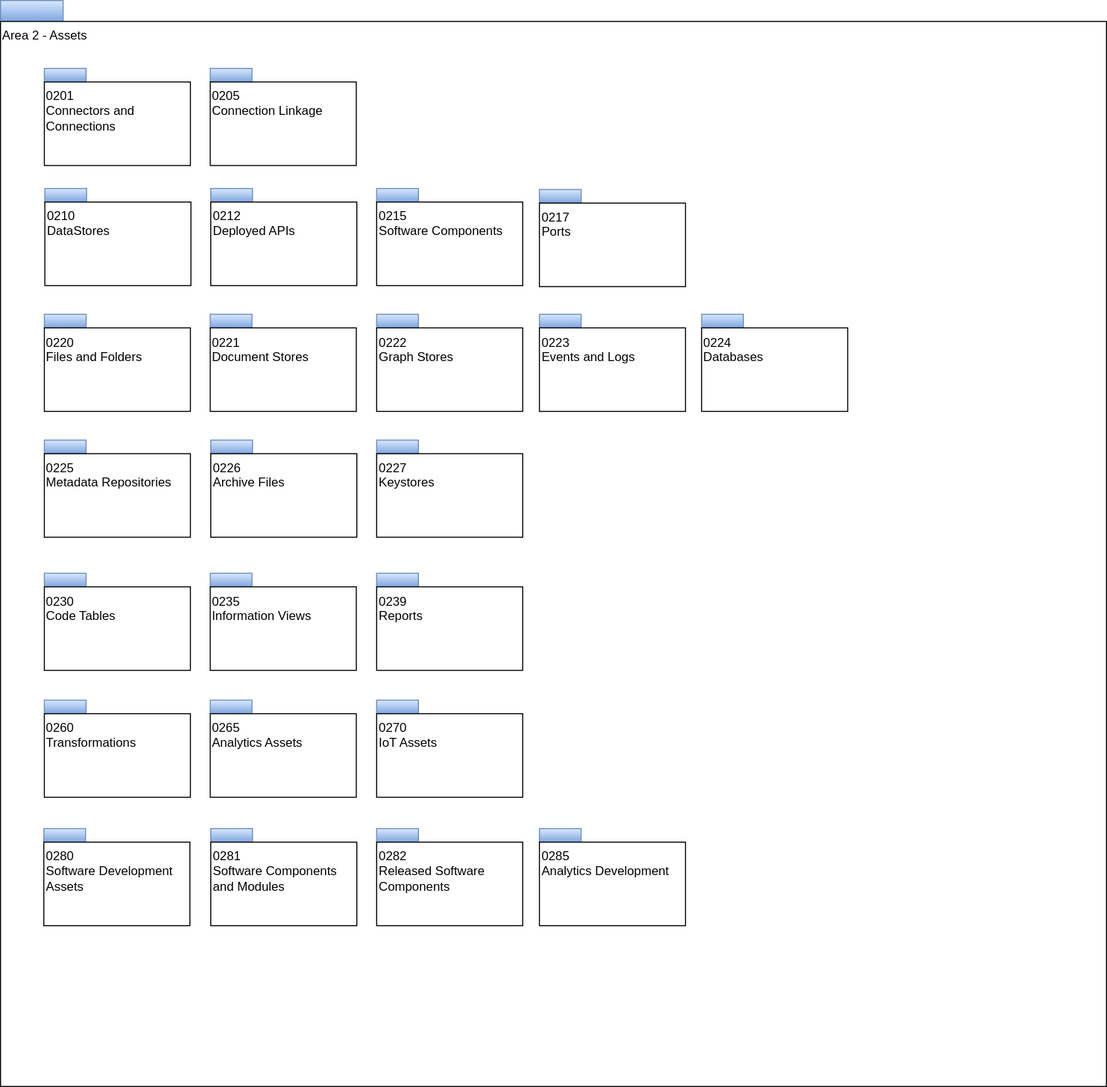
Above: site/docs/types/2/area-2-assets-overview.svg in odpi/egeria-docs (draw.io), before the change. Source tidied: cells renumbered, new cells last; positions are measured from the earlier drawing's top-left corner, leaving out a move shared by most shapes.
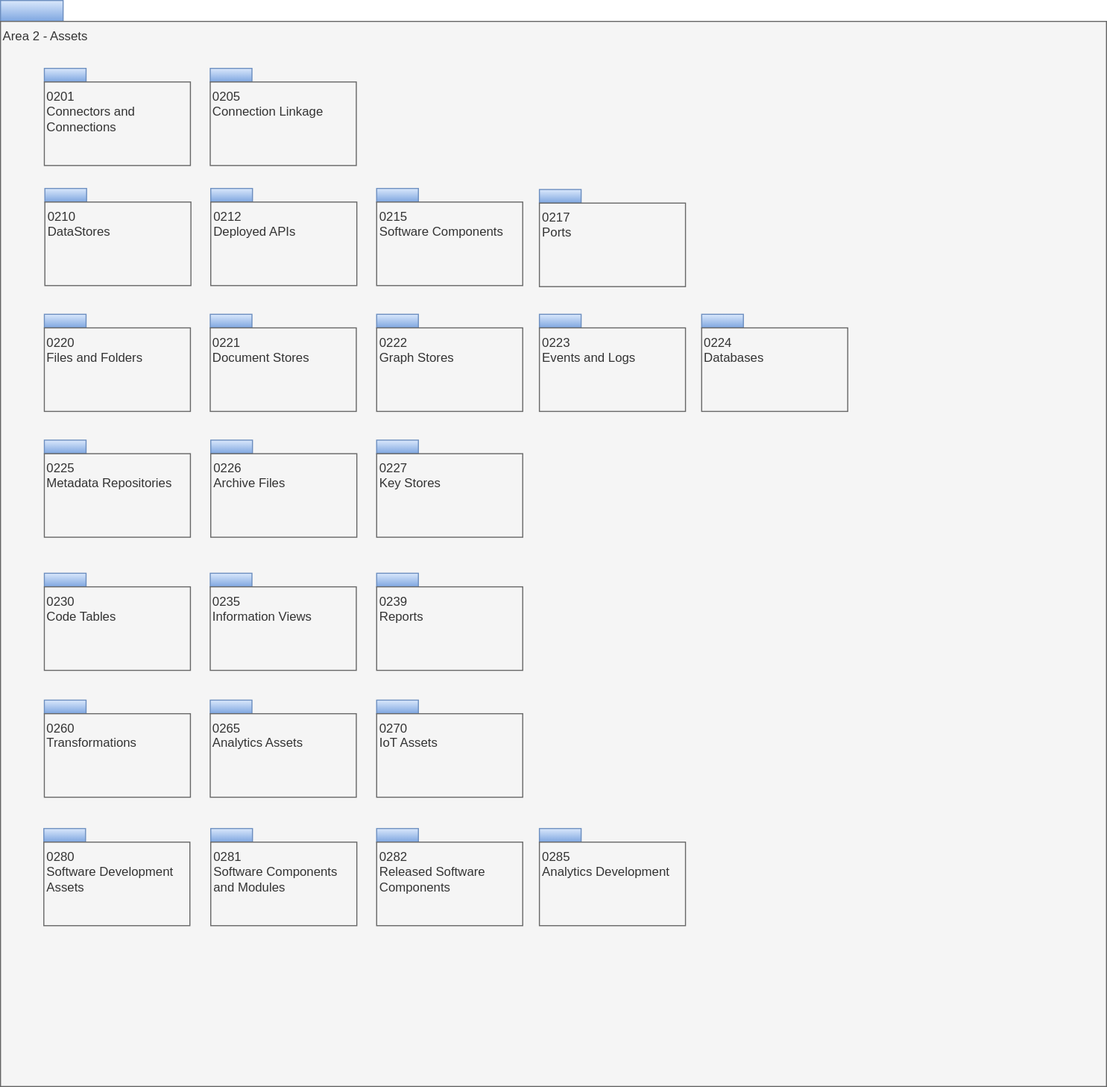
The same diagram one commit later.

What changed in the source:
```diff
@@ -5,151 +5,151 @@
     <mxCell id="2" style="rounded=0;whiteSpace=wrap;html=1;align=left;fillColor=#dae8fc;strokeColor=#6c8ebf;gradientColor=#7ea6e0;" parent="1" vertex="1">
       <mxGeometry width="60" height="20" as="geometry" />
     </mxCell>
-    <mxCell id="3" value="Area 2 - Assets" style="rounded=0;whiteSpace=wrap;html=1;align=left;verticalAlign=top;" parent="1" vertex="1">
+    <mxCell id="3" value="Area 2 - Assets" style="rounded=0;whiteSpace=wrap;html=1;align=left;verticalAlign=top;fillColor=#f5f5f5;fontColor=#333333;strokeColor=#666666;" parent="1" vertex="1">
       <mxGeometry y="20" width="1060" height="1020" as="geometry" />
     </mxCell>
     <mxCell id="4" style="rounded=0;whiteSpace=wrap;html=1;align=left;fillColor=#dae8fc;strokeColor=#6c8ebf;gradientColor=#7ea6e0;" parent="1" vertex="1">
       <mxGeometry x="42" y="65" width="40" height="13" as="geometry" />
     </mxCell>
-    <mxCell id="5" value="0201&lt;br&gt;Connectors and Connections" style="rounded=0;whiteSpace=wrap;html=1;align=left;verticalAlign=top;" parent="1" vertex="1">
+    <mxCell id="5" value="0201&lt;br&gt;Connectors and Connections" style="rounded=0;whiteSpace=wrap;html=1;align=left;verticalAlign=top;fillColor=#f5f5f5;fontColor=#333333;strokeColor=#666666;" parent="1" vertex="1">
       <mxGeometry x="42" y="78" width="140" height="80" as="geometry" />
     </mxCell>
     <mxCell id="6" style="rounded=0;whiteSpace=wrap;html=1;align=left;fillColor=#dae8fc;strokeColor=#6c8ebf;gradientColor=#7ea6e0;" parent="1" vertex="1">
       <mxGeometry x="201" y="65" width="40" height="13" as="geometry" />
     </mxCell>
-    <mxCell id="7" value="0205&lt;br&gt;Connection Linkage" style="rounded=0;whiteSpace=wrap;html=1;align=left;verticalAlign=top;" parent="1" vertex="1">
+    <mxCell id="7" value="0205&lt;br&gt;Connection Linkage" style="rounded=0;whiteSpace=wrap;html=1;align=left;verticalAlign=top;fillColor=#f5f5f5;fontColor=#333333;strokeColor=#666666;" parent="1" vertex="1">
       <mxGeometry x="201" y="78" width="140" height="80" as="geometry" />
     </mxCell>
     <mxCell id="8" style="rounded=0;whiteSpace=wrap;html=1;align=left;fillColor=#dae8fc;strokeColor=#6c8ebf;gradientColor=#7ea6e0;" parent="1" vertex="1">
       <mxGeometry x="360.5" y="180" width="40" height="13" as="geometry" />
     </mxCell>
-    <mxCell id="9" value="0215&lt;br&gt;Software Components&lt;br&gt;" style="rounded=0;whiteSpace=wrap;html=1;align=left;verticalAlign=top;" parent="1" vertex="1">
+    <mxCell id="9" value="0215&lt;br&gt;Software Components&lt;br&gt;" style="rounded=0;whiteSpace=wrap;html=1;align=left;verticalAlign=top;fillColor=#f5f5f5;fontColor=#333333;strokeColor=#666666;" parent="1" vertex="1">
       <mxGeometry x="360.5" y="193" width="140" height="80" as="geometry" />
     </mxCell>
     <mxCell id="10" style="rounded=0;whiteSpace=wrap;html=1;align=left;fillColor=#dae8fc;strokeColor=#6c8ebf;gradientColor=#7ea6e0;" parent="1" vertex="1">
       <mxGeometry x="516.5" y="181" width="40" height="13" as="geometry" />
     </mxCell>
-    <mxCell id="11" value="0217&lt;br&gt;Ports" style="rounded=0;whiteSpace=wrap;html=1;align=left;verticalAlign=top;" parent="1" vertex="1">
+    <mxCell id="11" value="0217&lt;br&gt;Ports" style="rounded=0;whiteSpace=wrap;html=1;align=left;verticalAlign=top;fillColor=#f5f5f5;fontColor=#333333;strokeColor=#666666;" parent="1" vertex="1">
       <mxGeometry x="516.5" y="194" width="140" height="80" as="geometry" />
     </mxCell>
     <mxCell id="12" style="rounded=0;whiteSpace=wrap;html=1;align=left;fillColor=#dae8fc;strokeColor=#6c8ebf;gradientColor=#7ea6e0;" parent="1" vertex="1">
       <mxGeometry x="42.5" y="180" width="40" height="13" as="geometry" />
     </mxCell>
-    <mxCell id="13" value="0210&lt;br&gt;DataStores&lt;br&gt;" style="rounded=0;whiteSpace=wrap;html=1;align=left;verticalAlign=top;" parent="1" vertex="1">
+    <mxCell id="13" value="0210&lt;br&gt;DataStores&lt;br&gt;" style="rounded=0;whiteSpace=wrap;html=1;align=left;verticalAlign=top;fillColor=#f5f5f5;fontColor=#333333;strokeColor=#666666;" parent="1" vertex="1">
       <mxGeometry x="42.5" y="193" width="140" height="80" as="geometry" />
     </mxCell>
     <mxCell id="14" style="rounded=0;whiteSpace=wrap;html=1;align=left;fillColor=#dae8fc;strokeColor=#6c8ebf;gradientColor=#7ea6e0;" parent="1" vertex="1">
       <mxGeometry x="201.5" y="180" width="40" height="13" as="geometry" />
     </mxCell>
-    <mxCell id="15" value="0212&lt;br&gt;Deployed APIs&lt;br&gt;" style="rounded=0;whiteSpace=wrap;html=1;align=left;verticalAlign=top;" parent="1" vertex="1">
+    <mxCell id="15" value="0212&lt;br&gt;Deployed APIs&lt;br&gt;" style="rounded=0;whiteSpace=wrap;html=1;align=left;verticalAlign=top;fillColor=#f5f5f5;fontColor=#333333;strokeColor=#666666;" parent="1" vertex="1">
       <mxGeometry x="201.5" y="193" width="140" height="80" as="geometry" />
     </mxCell>
     <mxCell id="16" style="rounded=0;whiteSpace=wrap;html=1;align=left;fillColor=#dae8fc;strokeColor=#6c8ebf;gradientColor=#7ea6e0;" parent="1" vertex="1">
       <mxGeometry x="201" y="300.5" width="40" height="13" as="geometry" />
     </mxCell>
-    <mxCell id="17" value="0221&lt;br&gt;Document Stores&lt;br&gt;" style="rounded=0;whiteSpace=wrap;html=1;align=left;verticalAlign=top;" parent="1" vertex="1">
+    <mxCell id="17" value="0221&lt;br&gt;Document Stores&lt;br&gt;" style="rounded=0;whiteSpace=wrap;html=1;align=left;verticalAlign=top;fillColor=#f5f5f5;fontColor=#333333;strokeColor=#666666;" parent="1" vertex="1">
       <mxGeometry x="201" y="313.5" width="140" height="80" as="geometry" />
     </mxCell>
     <mxCell id="18" style="rounded=0;whiteSpace=wrap;html=1;align=left;fillColor=#dae8fc;strokeColor=#6c8ebf;gradientColor=#7ea6e0;" parent="1" vertex="1">
       <mxGeometry x="42" y="421" width="40" height="13" as="geometry" />
     </mxCell>
-    <mxCell id="19" value="0225&lt;br&gt;Metadata Repositories&lt;br&gt;" style="rounded=0;whiteSpace=wrap;html=1;align=left;verticalAlign=top;" parent="1" vertex="1">
+    <mxCell id="19" value="0225&lt;br&gt;Metadata Repositories&lt;br&gt;" style="rounded=0;whiteSpace=wrap;html=1;align=left;verticalAlign=top;fillColor=#f5f5f5;fontColor=#333333;strokeColor=#666666;" parent="1" vertex="1">
       <mxGeometry x="42" y="434" width="140" height="80" as="geometry" />
     </mxCell>
     <mxCell id="20" style="rounded=0;whiteSpace=wrap;html=1;align=left;fillColor=#dae8fc;strokeColor=#6c8ebf;gradientColor=#7ea6e0;" parent="1" vertex="1">
       <mxGeometry x="201.5" y="421" width="40" height="13" as="geometry" />
     </mxCell>
-    <mxCell id="21" value="0226&lt;br&gt;Archive Files" style="rounded=0;whiteSpace=wrap;html=1;align=left;verticalAlign=top;" parent="1" vertex="1">
+    <mxCell id="21" value="0226&lt;br&gt;Archive Files" style="rounded=0;whiteSpace=wrap;html=1;align=left;verticalAlign=top;fillColor=#f5f5f5;fontColor=#333333;strokeColor=#666666;" parent="1" vertex="1">
       <mxGeometry x="201.5" y="434" width="140" height="80" as="geometry" />
     </mxCell>
     <mxCell id="22" style="rounded=0;whiteSpace=wrap;html=1;align=left;fillColor=#dae8fc;strokeColor=#6c8ebf;gradientColor=#7ea6e0;" parent="1" vertex="1">
       <mxGeometry x="360.5" y="300.5" width="40" height="13" as="geometry" />
     </mxCell>
-    <mxCell id="23" value="0222&lt;br&gt;Graph Stores&lt;br&gt;" style="rounded=0;whiteSpace=wrap;html=1;align=left;verticalAlign=top;" parent="1" vertex="1">
+    <mxCell id="23" value="0222&lt;br&gt;Graph Stores&lt;br&gt;" style="rounded=0;whiteSpace=wrap;html=1;align=left;verticalAlign=top;fillColor=#f5f5f5;fontColor=#333333;strokeColor=#666666;" parent="1" vertex="1">
       <mxGeometry x="360.5" y="313.5" width="140" height="80" as="geometry" />
     </mxCell>
     <mxCell id="24" style="rounded=0;whiteSpace=wrap;html=1;align=left;fillColor=#dae8fc;strokeColor=#6c8ebf;gradientColor=#7ea6e0;" parent="1" vertex="1">
       <mxGeometry x="516.5" y="300.5" width="40" height="13" as="geometry" />
     </mxCell>
-    <mxCell id="25" value="0223&lt;br&gt;Events and Logs&lt;br&gt;" style="rounded=0;whiteSpace=wrap;html=1;align=left;verticalAlign=top;" parent="1" vertex="1">
+    <mxCell id="25" value="0223&lt;br&gt;Events and Logs&lt;br&gt;" style="rounded=0;whiteSpace=wrap;html=1;align=left;verticalAlign=top;fillColor=#f5f5f5;fontColor=#333333;strokeColor=#666666;" parent="1" vertex="1">
       <mxGeometry x="516.5" y="313.5" width="140" height="80" as="geometry" />
     </mxCell>
     <mxCell id="26" style="rounded=0;whiteSpace=wrap;html=1;align=left;fillColor=#dae8fc;strokeColor=#6c8ebf;gradientColor=#7ea6e0;" parent="1" vertex="1">
       <mxGeometry x="42" y="548.5" width="40" height="13" as="geometry" />
     </mxCell>
-    <mxCell id="27" value="0230&lt;br&gt;Code Tables&lt;br&gt;" style="rounded=0;whiteSpace=wrap;html=1;align=left;verticalAlign=top;" parent="1" vertex="1">
+    <mxCell id="27" value="0230&lt;br&gt;Code Tables&lt;br&gt;" style="rounded=0;whiteSpace=wrap;html=1;align=left;verticalAlign=top;fillColor=#f5f5f5;fontColor=#333333;strokeColor=#666666;" parent="1" vertex="1">
       <mxGeometry x="42" y="561.5" width="140" height="80" as="geometry" />
     </mxCell>
     <mxCell id="28" style="rounded=0;whiteSpace=wrap;html=1;align=left;fillColor=#dae8fc;strokeColor=#6c8ebf;gradientColor=#7ea6e0;" parent="1" vertex="1">
       <mxGeometry x="201" y="548.5" width="40" height="13" as="geometry" />
     </mxCell>
-    <mxCell id="29" value="0235&lt;br&gt;Information Views&lt;br&gt;" style="rounded=0;whiteSpace=wrap;html=1;align=left;verticalAlign=top;" parent="1" vertex="1">
+    <mxCell id="29" value="0235&lt;br&gt;Information Views&lt;br&gt;" style="rounded=0;whiteSpace=wrap;html=1;align=left;verticalAlign=top;fillColor=#f5f5f5;fontColor=#333333;strokeColor=#666666;" parent="1" vertex="1">
       <mxGeometry x="201" y="561.5" width="140" height="80" as="geometry" />
     </mxCell>
     <mxCell id="30" style="rounded=0;whiteSpace=wrap;html=1;align=left;fillColor=#dae8fc;strokeColor=#6c8ebf;gradientColor=#7ea6e0;" parent="1" vertex="1">
       <mxGeometry x="672" y="300.5" width="40" height="13" as="geometry" />
     </mxCell>
-    <mxCell id="31" value="0224&lt;br&gt;Databases&lt;br&gt;" style="rounded=0;whiteSpace=wrap;html=1;align=left;verticalAlign=top;" parent="1" vertex="1">
+    <mxCell id="31" value="0224&lt;br&gt;Databases&lt;br&gt;" style="rounded=0;whiteSpace=wrap;html=1;align=left;verticalAlign=top;fillColor=#f5f5f5;fontColor=#333333;strokeColor=#666666;" parent="1" vertex="1">
       <mxGeometry x="672" y="313.5" width="140" height="80" as="geometry" />
     </mxCell>
     <mxCell id="32" style="rounded=0;whiteSpace=wrap;html=1;align=left;fillColor=#dae8fc;strokeColor=#6c8ebf;gradientColor=#7ea6e0;" parent="1" vertex="1">
       <mxGeometry x="42" y="300.5" width="40" height="13" as="geometry" />
     </mxCell>
-    <mxCell id="33" value="0220&lt;br&gt;Files and Folders&lt;br&gt;" style="rounded=0;whiteSpace=wrap;html=1;align=left;verticalAlign=top;" parent="1" vertex="1">
+    <mxCell id="33" value="0220&lt;br&gt;Files and Folders&lt;br&gt;" style="rounded=0;whiteSpace=wrap;html=1;align=left;verticalAlign=top;fillColor=#f5f5f5;fontColor=#333333;strokeColor=#666666;" parent="1" vertex="1">
       <mxGeometry x="42" y="313.5" width="140" height="80" as="geometry" />
     </mxCell>
     <mxCell id="34" style="rounded=0;whiteSpace=wrap;html=1;align=left;fillColor=#dae8fc;strokeColor=#6c8ebf;gradientColor=#7ea6e0;" parent="1" vertex="1">
       <mxGeometry x="360.5" y="548.5" width="40" height="13" as="geometry" />
     </mxCell>
-    <mxCell id="35" value="0239&lt;br&gt;Reports&lt;br&gt;" style="rounded=0;whiteSpace=wrap;html=1;align=left;verticalAlign=top;" parent="1" vertex="1">
+    <mxCell id="35" value="0239&lt;br&gt;Reports&lt;br&gt;" style="rounded=0;whiteSpace=wrap;html=1;align=left;verticalAlign=top;fillColor=#f5f5f5;fontColor=#333333;strokeColor=#666666;" parent="1" vertex="1">
       <mxGeometry x="360.5" y="561.5" width="140" height="80" as="geometry" />
     </mxCell>
     <mxCell id="36" style="rounded=0;whiteSpace=wrap;html=1;align=left;fillColor=#dae8fc;strokeColor=#6c8ebf;gradientColor=#7ea6e0;" parent="1" vertex="1">
       <mxGeometry x="201" y="670" width="40" height="13" as="geometry" />
     </mxCell>
-    <mxCell id="37" value="0265&lt;br&gt;Analytics Assets&lt;br&gt;" style="rounded=0;whiteSpace=wrap;html=1;align=left;verticalAlign=top;" parent="1" vertex="1">
+    <mxCell id="37" value="0265&lt;br&gt;Analytics Assets&lt;br&gt;" style="rounded=0;whiteSpace=wrap;html=1;align=left;verticalAlign=top;fillColor=#f5f5f5;fontColor=#333333;strokeColor=#666666;" parent="1" vertex="1">
       <mxGeometry x="201" y="683" width="140" height="80" as="geometry" />
     </mxCell>
     <mxCell id="38" style="rounded=0;whiteSpace=wrap;html=1;align=left;fillColor=#dae8fc;strokeColor=#6c8ebf;gradientColor=#7ea6e0;" parent="1" vertex="1">
       <mxGeometry x="360.5" y="670" width="40" height="13" as="geometry" />
     </mxCell>
-    <mxCell id="39" value="0270&lt;br&gt;IoT Assets&lt;br&gt;" style="rounded=0;whiteSpace=wrap;html=1;align=left;verticalAlign=top;" parent="1" vertex="1">
+    <mxCell id="39" value="0270&lt;br&gt;IoT Assets&lt;br&gt;" style="rounded=0;whiteSpace=wrap;html=1;align=left;verticalAlign=top;fillColor=#f5f5f5;fontColor=#333333;strokeColor=#666666;" parent="1" vertex="1">
       <mxGeometry x="360.5" y="683" width="140" height="80" as="geometry" />
     </mxCell>
     <mxCell id="40" style="rounded=0;whiteSpace=wrap;html=1;align=left;fillColor=#dae8fc;strokeColor=#6c8ebf;gradientColor=#7ea6e0;" parent="1" vertex="1">
       <mxGeometry x="41.5" y="793" width="40" height="13" as="geometry" />
     </mxCell>
-    <mxCell id="41" value="0280&lt;br&gt;Software Development Assets&lt;br&gt;" style="rounded=0;whiteSpace=wrap;html=1;align=left;verticalAlign=top;" parent="1" vertex="1">
+    <mxCell id="41" value="0280&lt;br&gt;Software Development Assets&lt;br&gt;" style="rounded=0;whiteSpace=wrap;html=1;align=left;verticalAlign=top;fillColor=#f5f5f5;fontColor=#333333;strokeColor=#666666;" parent="1" vertex="1">
       <mxGeometry x="41.5" y="806" width="140" height="80" as="geometry" />
     </mxCell>
     <mxCell id="42" style="rounded=0;whiteSpace=wrap;html=1;align=left;fillColor=#dae8fc;strokeColor=#6c8ebf;gradientColor=#7ea6e0;" parent="1" vertex="1">
       <mxGeometry x="42" y="670" width="40" height="13" as="geometry" />
     </mxCell>
-    <mxCell id="43" value="0260&lt;br&gt;Transformations&lt;br&gt;" style="rounded=0;whiteSpace=wrap;html=1;align=left;verticalAlign=top;" parent="1" vertex="1">
+    <mxCell id="43" value="0260&lt;br&gt;Transformations&lt;br&gt;" style="rounded=0;whiteSpace=wrap;html=1;align=left;verticalAlign=top;fillColor=#f5f5f5;fontColor=#333333;strokeColor=#666666;" parent="1" vertex="1">
       <mxGeometry x="42" y="683" width="140" height="80" as="geometry" />
     </mxCell>
     <mxCell id="44" style="rounded=0;whiteSpace=wrap;html=1;align=left;fillColor=#dae8fc;strokeColor=#6c8ebf;gradientColor=#7ea6e0;" parent="1" vertex="1">
       <mxGeometry x="201.5" y="793" width="40" height="13" as="geometry" />
     </mxCell>
-    <mxCell id="45" value="0281&lt;br&gt;Software Components and Modules" style="rounded=0;whiteSpace=wrap;html=1;align=left;verticalAlign=top;" parent="1" vertex="1">
+    <mxCell id="45" value="0281&lt;br&gt;Software Components and Modules" style="rounded=0;whiteSpace=wrap;html=1;align=left;verticalAlign=top;fillColor=#f5f5f5;fontColor=#333333;strokeColor=#666666;" parent="1" vertex="1">
       <mxGeometry x="201.5" y="806" width="140" height="80" as="geometry" />
     </mxCell>
     <mxCell id="46" style="rounded=0;whiteSpace=wrap;html=1;align=left;fillColor=#dae8fc;strokeColor=#6c8ebf;gradientColor=#7ea6e0;" parent="1" vertex="1">
       <mxGeometry x="360.5" y="793" width="40" height="13" as="geometry" />
     </mxCell>
-    <mxCell id="47" value="0282&lt;br&gt;Released Software Components" style="rounded=0;whiteSpace=wrap;html=1;align=left;verticalAlign=top;" parent="1" vertex="1">
+    <mxCell id="47" value="0282&lt;br&gt;Released Software Components" style="rounded=0;whiteSpace=wrap;html=1;align=left;verticalAlign=top;fillColor=#f5f5f5;fontColor=#333333;strokeColor=#666666;" parent="1" vertex="1">
       <mxGeometry x="360.5" y="806" width="140" height="80" as="geometry" />
     </mxCell>
     <mxCell id="48" style="rounded=0;whiteSpace=wrap;html=1;align=left;fillColor=#dae8fc;strokeColor=#6c8ebf;gradientColor=#7ea6e0;" parent="1" vertex="1">
       <mxGeometry x="516.5" y="793" width="40" height="13" as="geometry" />
     </mxCell>
-    <mxCell id="49" value="0285&lt;br&gt;Analytics Development" style="rounded=0;whiteSpace=wrap;html=1;align=left;verticalAlign=top;" parent="1" vertex="1">
+    <mxCell id="49" value="0285&lt;br&gt;Analytics Development" style="rounded=0;whiteSpace=wrap;html=1;align=left;verticalAlign=top;fillColor=#f5f5f5;fontColor=#333333;strokeColor=#666666;" parent="1" vertex="1">
       <mxGeometry x="516.5" y="806" width="140" height="80" as="geometry" />
     </mxCell>
     <mxCell id="50" style="rounded=0;whiteSpace=wrap;html=1;align=left;fillColor=#dae8fc;strokeColor=#6c8ebf;gradientColor=#7ea6e0;" parent="1" vertex="1">
       <mxGeometry x="360.5" y="421" width="40" height="13" as="geometry" />
     </mxCell>
-    <mxCell id="51" value="0227&lt;br&gt;Keystores&lt;br&gt;" style="rounded=0;whiteSpace=wrap;html=1;align=left;verticalAlign=top;" parent="1" vertex="1">
+    <mxCell id="51" value="0227&lt;br&gt;Key Stores" style="rounded=0;whiteSpace=wrap;html=1;align=left;verticalAlign=top;fillColor=#f5f5f5;fontColor=#333333;strokeColor=#666666;" parent="1" vertex="1">
       <mxGeometry x="360.5" y="434" width="140" height="80" as="geometry" />
     </mxCell>
   </root>
```
